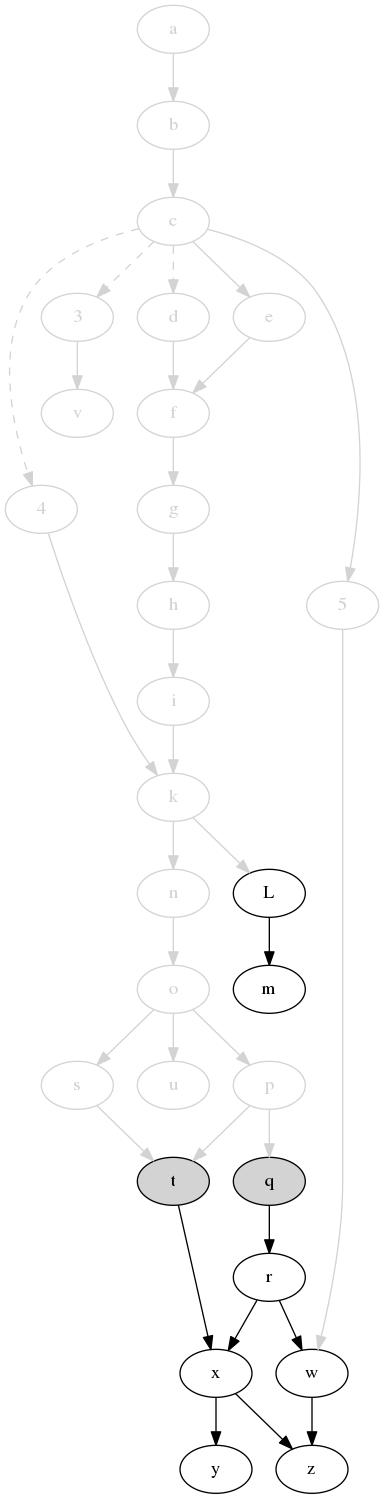
Above: svm-startup-deps.png in jdmpapin/svm-startup-deps (Graphviz), before the change. Its source is kept beside it as svm-startup-deps.dot.
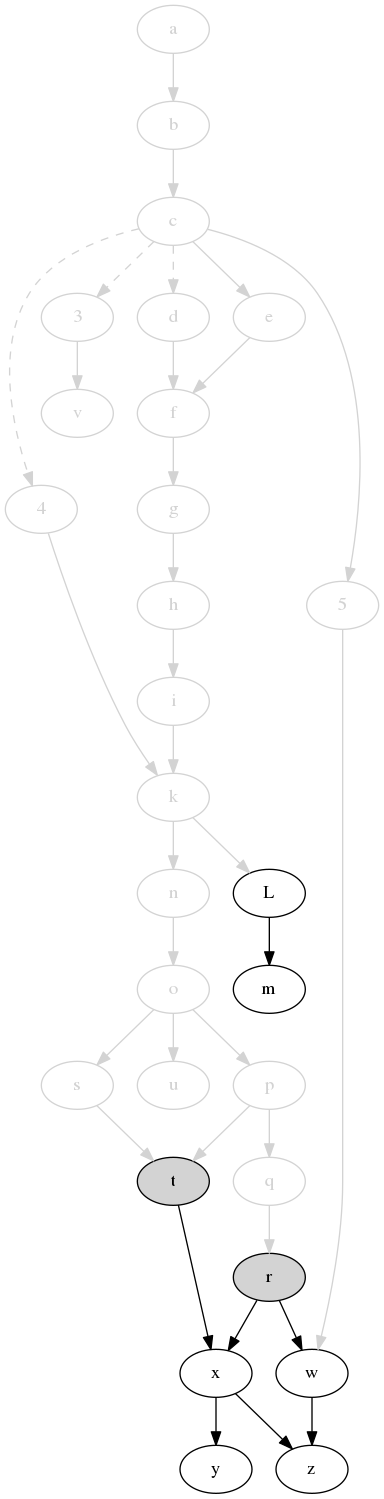
After the change.

Commit message:
Close q, open r

Diff of the diagram source:
```diff
@@ -18,8 +18,8 @@
     n [color=lightgrey,fontcolor=lightgrey];
     o [color=lightgrey,fontcolor=lightgrey];
     p [color=lightgrey,fontcolor=lightgrey];
-    q [style=filled,fillcolor=lightgrey];
-    r;
+    q [color=lightgrey,fontcolor=lightgrey];
+    r [style=filled,fillcolor=lightgrey];
     s [color=lightgrey,fontcolor=lightgrey];
     t [style=filled,fillcolor=lightgrey];
     u [color=lightgrey,fontcolor=lightgrey];
@@ -50,7 +50,7 @@
     n -> o [color=lightgrey];
     o -> p [color=lightgrey];
     p -> q [color=lightgrey];
-    q -> r;
+    q -> r [color=lightgrey];
     o -> s [color=lightgrey];
     s -> t [color=lightgrey];
     p -> t [color=lightgrey];
```
